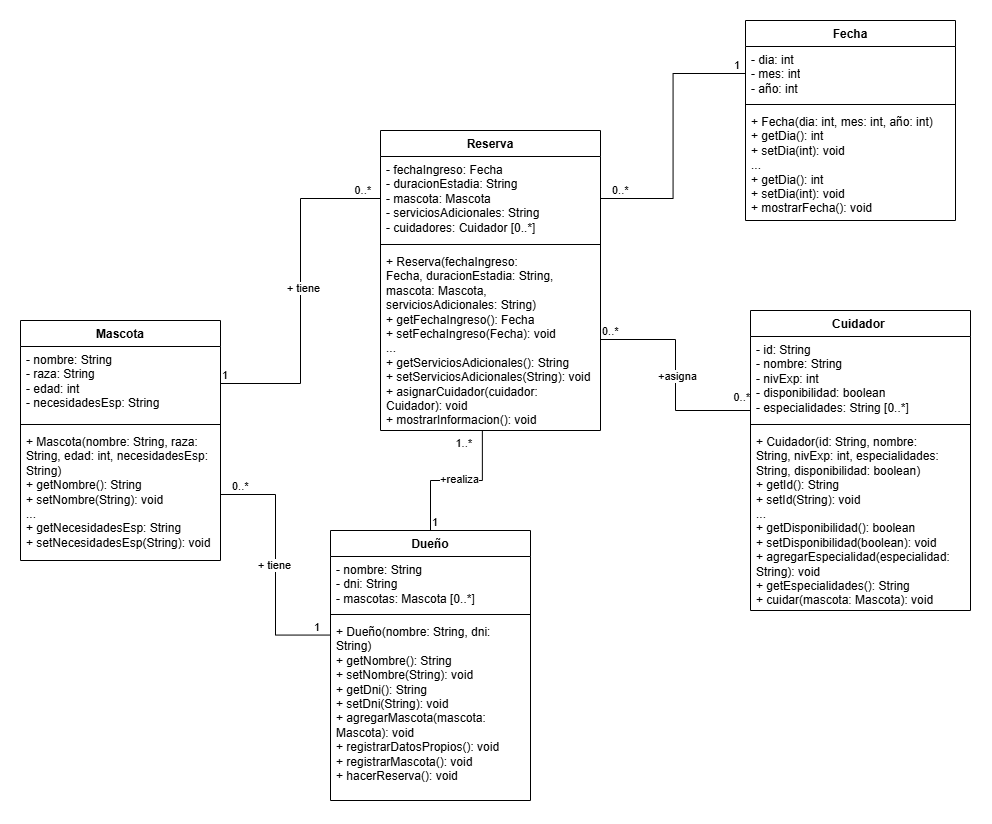
Above: Hotel de Mascotas/HotalParaMascotas.png in DiegoRodriguezUFPS/POO-1-B (draw.io), before the change. Source tidied: cells renumbered, new cells last; positions are measured from the earlier drawing's top-left corner, leaving out a move shared by most shapes.
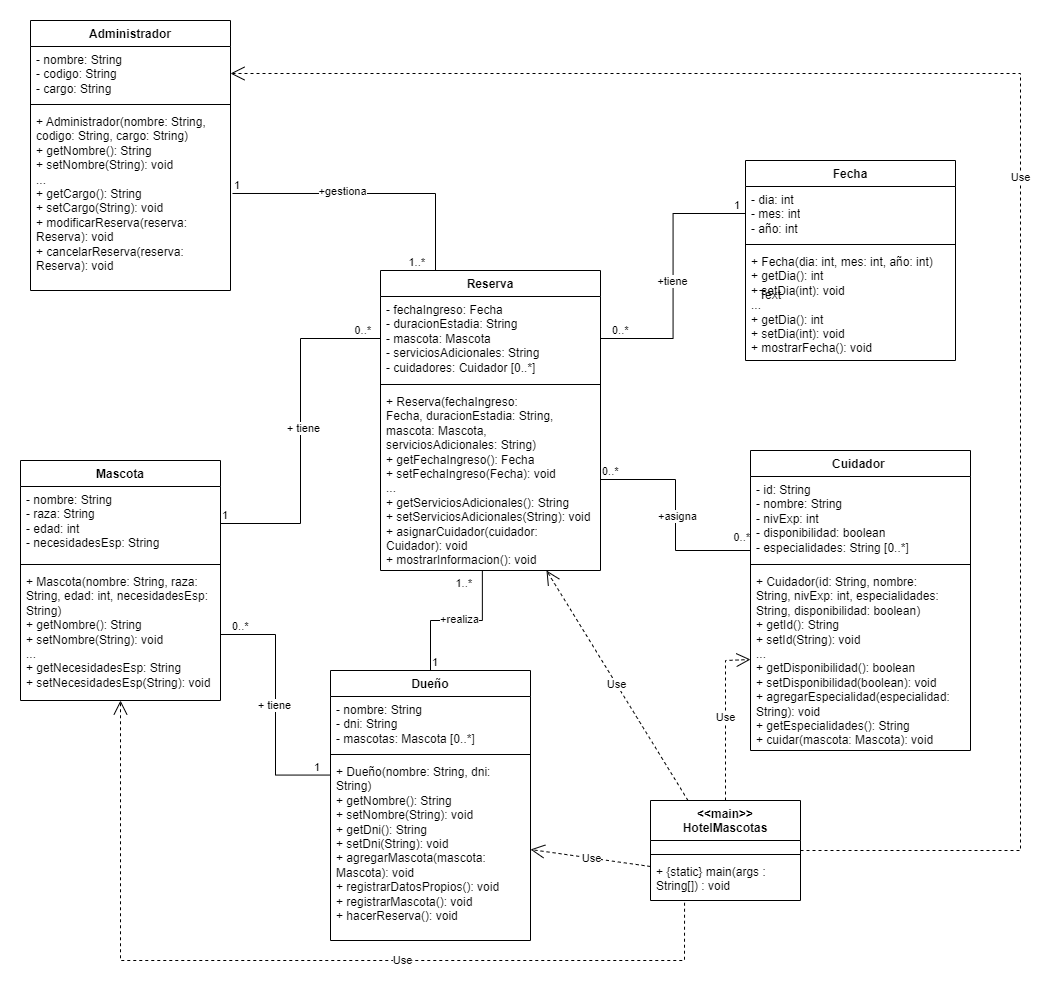
Later version of the same file.

Change to the diagram source:
```diff
@@ -137,5 +137,84 @@
         <mxPoint x="-5" as="offset" />
       </mxGeometry>
     </mxCell>
+    <mxCell id="41" value="+tiene" style="edgeLabel;html=1;align=center;verticalAlign=middle;" parent="38" vertex="1">
+      <mxGeometry x="-0.03" y="2" relative="1" as="geometry">
+        <mxPoint x="1" y="1" as="offset" />
+      </mxGeometry>
+    </mxCell>
+    <mxCell id="42" value="Administrador" style="swimlane;fontStyle=1;align=center;verticalAlign=top;horizontal=1;startSize=26;whiteSpace=wrap;html=1;" parent="1" vertex="1">
+      <mxGeometry x="10" y="-140" width="200" height="270" as="geometry" />
+    </mxCell>
+    <mxCell id="43" value="&lt;div&gt;- nombre: String&lt;/div&gt;&lt;div&gt;- codigo: String&lt;/div&gt;&lt;div&gt;- cargo: String&lt;/div&gt;" style="text;strokeColor=none;fillColor=none;align=left;verticalAlign=top;spacingLeft=4;spacingRight=4;overflow=hidden;points=[[0,0.5],[1,0.5]];portConstraint=eastwest;whiteSpace=wrap;html=1;" parent="42" vertex="1">
+      <mxGeometry y="26" width="200" height="54" as="geometry" />
+    </mxCell>
+    <mxCell id="44" style="line;strokeWidth=1;fillColor=none;align=left;verticalAlign=middle;spacingTop=-1;spacingLeft=3;spacingRight=3;labelPosition=right;strokeColor=inherit;" parent="42" vertex="1">
+      <mxGeometry y="80" width="200" height="8" as="geometry" />
+    </mxCell>
+    <mxCell id="45" value="&lt;div&gt;+ Administrador(nombre: String, codigo: String, cargo: String)&lt;/div&gt;&lt;div&gt;+ getNombre(): String&lt;/div&gt;&lt;div&gt;+ setNombre(String): void&lt;/div&gt;&lt;div&gt;...&lt;/div&gt;&lt;div&gt;+ getCargo(): String&lt;/div&gt;&lt;div&gt;+ setCargo(String): void&lt;/div&gt;&lt;div&gt;+ modificarReserva(reserva: Reserva): void&lt;/div&gt;&lt;div&gt;+ cancelarReserva(reserva: Reserva): void&lt;/div&gt;" style="text;strokeColor=none;fillColor=none;align=left;verticalAlign=top;spacingLeft=4;spacingRight=4;overflow=hidden;points=[[0,0.5],[1,0.5]];portConstraint=eastwest;whiteSpace=wrap;html=1;" parent="42" vertex="1">
+      <mxGeometry y="88" width="200" height="182" as="geometry" />
+    </mxCell>
+    <mxCell id="46" style="endArrow=none;html=1;edgeStyle=orthogonalEdgeStyle;rounded=0;exitX=1.01;exitY=0.467;exitDx=0;exitDy=0;entryX=0.25;entryY=0;entryDx=0;entryDy=0;exitPerimeter=0;" parent="1" edge="1" source="45" target="6">
+      <mxGeometry relative="1" as="geometry" />
+    </mxCell>
+    <mxCell id="47" value="1" style="edgeLabel;html=1;align=left;verticalAlign=bottom;" parent="46" vertex="1">
+      <mxGeometry x="-1" relative="1" as="geometry" />
+    </mxCell>
+    <mxCell id="48" value="1..*" style="edgeLabel;html=1;align=right;verticalAlign=bottom;" parent="46" vertex="1">
+      <mxGeometry x="1" relative="1" as="geometry">
+        <mxPoint x="-10" as="offset" />
+      </mxGeometry>
+    </mxCell>
+    <mxCell id="49" value="+gestiona" style="edgeLabel;html=1;align=center;verticalAlign=middle;" parent="46" vertex="1">
+      <mxGeometry x="0.02" y="-2" relative="1" as="geometry">
+        <mxPoint x="-34" y="-5" as="offset" />
+      </mxGeometry>
+    </mxCell>
+    <mxCell id="50" value="&amp;lt;&amp;lt;main&amp;gt;&amp;gt;&lt;div&gt;HotelMascotas&lt;/div&gt;" style="swimlane;fontStyle=1;align=center;verticalAlign=top;horizontal=1;startSize=40;whiteSpace=wrap;html=1;" parent="1" vertex="1">
+      <mxGeometry x="630" y="640" width="150" height="100" as="geometry" />
+    </mxCell>
+    <mxCell id="51" value="&amp;nbsp;" style="text;strokeColor=none;fillColor=none;align=left;verticalAlign=top;spacingLeft=4;spacingRight=4;overflow=hidden;whiteSpace=wrap;html=1;" parent="50" vertex="1">
+      <mxGeometry y="40" width="150" height="10" as="geometry" />
+    </mxCell>
+    <mxCell id="52" style="line;strokeWidth=1;fillColor=none;align=left;verticalAlign=middle;spacingTop=-1;spacingLeft=3;spacingRight=3;labelPosition=right;strokeColor=inherit;" parent="50" vertex="1">
+      <mxGeometry y="50" width="150" height="8" as="geometry" />
+    </mxCell>
+    <mxCell id="53" value="+ {static} main(args : String[]) : void" style="text;strokeColor=none;fillColor=none;align=left;verticalAlign=top;spacingLeft=4;spacingRight=4;overflow=hidden;points=[[0,0.5],[1,0.5]];portConstraint=eastwest;whiteSpace=wrap;html=1;" parent="50" vertex="1">
+      <mxGeometry y="58" width="150" height="42" as="geometry" />
+    </mxCell>
+    <mxCell id="54" value="Use" style="endArrow=open;endSize=12;dashed=1;html=1;rounded=0;entryX=1;entryY=0.5;entryDx=0;entryDy=0;" parent="1" edge="1" target="17">
+      <mxGeometry relative="1" as="geometry">
+        <mxPoint x="630" y="706" as="sourcePoint" />
+      </mxGeometry>
+    </mxCell>
+    <mxCell id="55" value="Text" style="text;html=1;whiteSpace=wrap;strokeColor=none;fillColor=none;align=center;verticalAlign=middle;rounded=0;" parent="1" vertex="1">
+      <mxGeometry x="720" y="120" width="60" height="30" as="geometry" />
+    </mxCell>
+    <mxCell id="56" value="Use" style="endArrow=open;endSize=12;dashed=1;html=1;rounded=0;exitX=0.227;exitY=1.053;exitDx=0;exitDy=0;exitPerimeter=0;entryX=0.5;entryY=1;entryDx=0;entryDy=0;" parent="1" edge="1" source="53" target="2">
+      <mxGeometry x="-0.23" relative="1" as="geometry">
+        <Array as="points">
+          <mxPoint x="664" y="800" />
+          <mxPoint x="100" y="800" />
+        </Array>
+      </mxGeometry>
+    </mxCell>
+    <mxCell id="57" value="Use" style="endArrow=open;endSize=12;dashed=1;html=1;rounded=0;exitX=0.25;exitY=0;exitDx=0;exitDy=0;" parent="1" edge="1" source="50" target="9">
+      <mxGeometry relative="1" as="geometry" />
+    </mxCell>
+    <mxCell id="58" value="Use" style="endArrow=open;endSize=12;dashed=1;html=1;rounded=0;exitX=0.5;exitY=0;exitDx=0;exitDy=0;entryX=0;entryY=0.5;entryDx=0;entryDy=0;" parent="1" edge="1" source="50" target="13">
+      <mxGeometry relative="1" as="geometry">
+        <Array as="points">
+          <mxPoint x="705" y="500" />
+        </Array>
+      </mxGeometry>
+    </mxCell>
+    <mxCell id="59" value="Use" style="endArrow=open;endSize=12;dashed=1;html=1;rounded=0;exitX=1;exitY=0.5;exitDx=0;exitDy=0;entryX=1;entryY=0.5;entryDx=0;entryDy=0;" parent="1" edge="1" source="50" target="43">
+      <mxGeometry relative="1" as="geometry">
+        <Array as="points">
+          <mxPoint x="1000" y="690" />
+          <mxPoint x="1000" y="-87" />
+        </Array>
+      </mxGeometry>
+    </mxCell>
   </root>
 </mxGraphModel>
```
